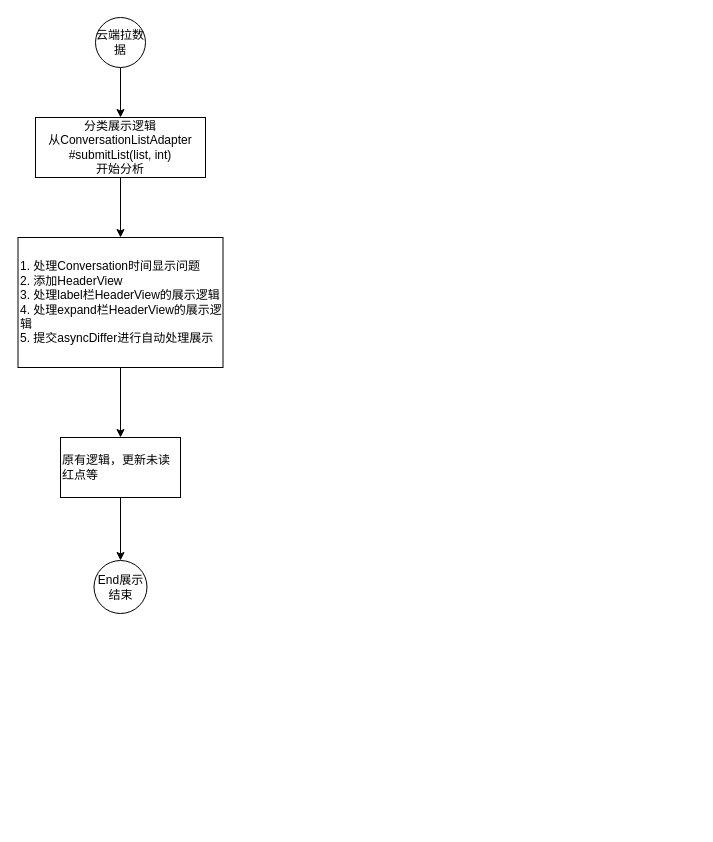
This is 消息界面流程图.drawio from baizhu0414/Diagrams, a draw.io file, before an edit. Source tidied: cells renumbered, new cells numbered last; positions are measured from the earlier drawing's top-left corner, leaving out a move shared by most shapes. Both pictures are drawn from the tidied source at 100%, with x=0, y=0 at pixel (17, 17).
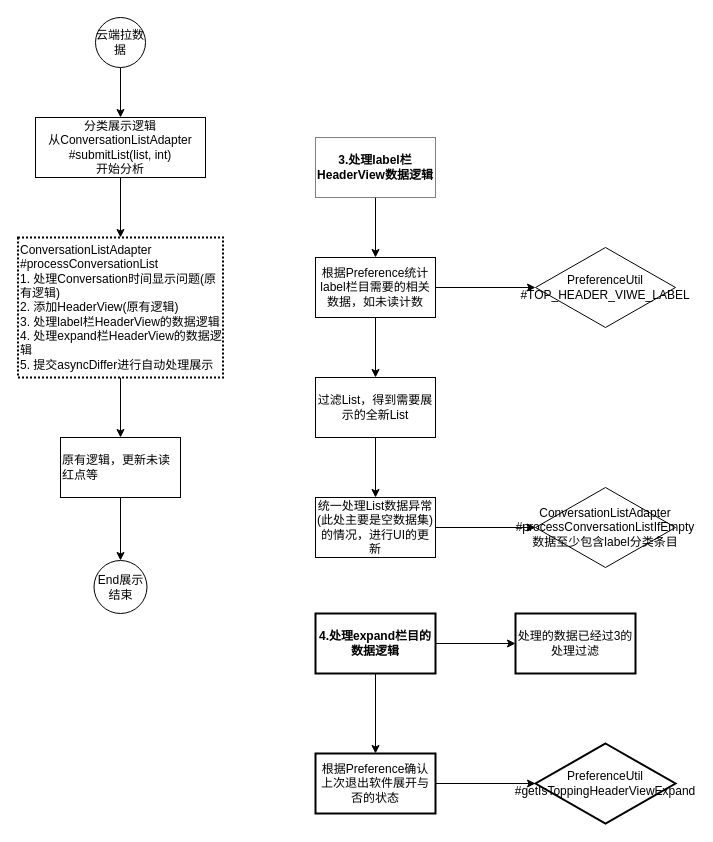
After the change.

Commit message:
211020-添加统计label分类条目逻辑.drawio

What changed in the source:
```diff
@@
-    <mxCell id="7" value="&lt;div&gt;1. 处理Conversation时间显示问题&lt;/div&gt;&lt;div&gt;2. 添加HeaderView&lt;/div&gt;&lt;div&gt;3. 处理label栏HeaderView的展示逻辑&lt;/div&gt;&lt;div&gt;4. 处理expand栏HeaderView的展示逻辑&lt;/div&gt;&lt;div&gt;5. 提交asyncDiffer进行自动处理展示&lt;/div&gt;" style="whiteSpace=wrap;html=1;rounded=0;align=left;" parent="1" vertex="1">
-      <mxGeometry x="0.5" y="220" width="205" height="130" as="geometry" />
+    <mxCell id="7" value="&lt;div&gt;ConversationListAdapter&lt;/div&gt;&lt;div&gt;#processConversationList&lt;br&gt;&lt;/div&gt;&lt;div&gt;1. 处理Conversation时间显示问题(原有逻辑)&lt;/div&gt;&lt;div&gt;2. 添加HeaderView(原有逻辑)&lt;/div&gt;&lt;div&gt;3. 处理label栏HeaderView的数据逻辑&lt;/div&gt;&lt;div&gt;4. 处理expand栏HeaderView的数据逻辑&lt;/div&gt;&lt;div&gt;5. 提交asyncDiffer进行自动处理展示&lt;/div&gt;" style="whiteSpace=wrap;html=1;rounded=0;align=left;strokeWidth=2;dashed=1;dashPattern=1 1;" parent="1" vertex="1">
+      <mxGeometry x="0.5" y="220" width="205" height="140" as="geometry" />
     </mxCell>
@@
+    <mxCell id="11" style="edgeStyle=orthogonalEdgeStyle;rounded=0;jettySize=auto;html=1;" parent="1" edge="1" source="12" target="15">
+      <mxGeometry relative="1" as="geometry" />
+    </mxCell>
+    <mxCell id="12" value="3.处理label栏HeaderView数据逻辑" style="whiteSpace=wrap;html=1;align=center;dashed=1;dashPattern=1 1;fontStyle=1;" parent="1" vertex="1">
+      <mxGeometry x="298" y="120" width="120" height="60" as="geometry" />
+    </mxCell>
+    <mxCell id="13" style="edgeStyle=orthogonalEdgeStyle;rounded=0;jettySize=auto;html=1;" parent="1" edge="1" source="15" target="16">
+      <mxGeometry relative="1" as="geometry" />
+    </mxCell>
+    <mxCell id="14" style="edgeStyle=orthogonalEdgeStyle;rounded=0;jettySize=auto;html=1;" parent="1" edge="1" source="15" target="18">
+      <mxGeometry relative="1" as="geometry" />
+    </mxCell>
+    <mxCell id="15" value="根据Preference统计label栏目需要的相关数据，如未读计数" style="whiteSpace=wrap;html=1;" parent="1" vertex="1">
+      <mxGeometry x="298" y="240" width="120" height="60" as="geometry" />
+    </mxCell>
+    <mxCell id="16" value="PreferenceUtil&lt;br&gt;#TOP_HEADER_VIWE_LABEL" style="rhombus;whiteSpace=wrap;html=1;" parent="1" vertex="1">
+      <mxGeometry x="518" y="230" width="140" height="80" as="geometry" />
+    </mxCell>
+    <mxCell id="17" style="edgeStyle=orthogonalEdgeStyle;rounded=0;jettySize=auto;html=1;" parent="1" edge="1" source="18" target="20">
+      <mxGeometry relative="1" as="geometry" />
+    </mxCell>
+    <mxCell id="18" value="过滤List，得到需要展示的全新List" style="whiteSpace=wrap;html=1;" parent="1" vertex="1">
+      <mxGeometry x="298" y="360" width="120" height="60" as="geometry" />
+    </mxCell>
+    <mxCell id="19" style="edgeStyle=orthogonalEdgeStyle;rounded=0;jettySize=auto;html=1;" parent="1" edge="1" source="20" target="21">
+      <mxGeometry relative="1" as="geometry" />
+    </mxCell>
+    <mxCell id="20" value="统一处理List数据异常(此处主要是空数据集)的情况，进行UI的更新" style="whiteSpace=wrap;html=1;" parent="1" vertex="1">
+      <mxGeometry x="298" y="480" width="120" height="60" as="geometry" />
+    </mxCell>
+    <mxCell id="21" value="ConversationListAdapter&lt;br&gt;#processConversationListIfEmpty&lt;br&gt;数据至少包含label分类条目" style="rhombus;whiteSpace=wrap;html=1;" parent="1" vertex="1">
+      <mxGeometry x="518" y="470" width="140" height="80" as="geometry" />
+    </mxCell>
+    <mxCell id="22" style="edgeStyle=orthogonalEdgeStyle;rounded=0;jettySize=auto;html=1;" parent="1" edge="1" source="24" target="26">
+      <mxGeometry relative="1" as="geometry" />
+    </mxCell>
+    <mxCell id="23" style="edgeStyle=orthogonalEdgeStyle;rounded=0;jettySize=auto;html=1;" parent="1" edge="1" source="24" target="27">
+      <mxGeometry relative="1" as="geometry" />
+    </mxCell>
+    <mxCell id="24" value="4.处理expand栏目的数据逻辑" style="whiteSpace=wrap;html=1;strokeWidth=2;align=center;fontStyle=1;" parent="1" vertex="1">
+      <mxGeometry x="298" y="596" width="120" height="60" as="geometry" />
+    </mxCell>
+    <mxCell id="25" style="edgeStyle=orthogonalEdgeStyle;rounded=0;jettySize=auto;html=1;" parent="1" edge="1" source="26" target="28">
+      <mxGeometry relative="1" as="geometry" />
+    </mxCell>
+    <mxCell id="26" value="&lt;span&gt;根据Preference确认上次退出软件展开与否的状态&lt;/span&gt;" style="whiteSpace=wrap;html=1;fontStyle=0;strokeWidth=2;" parent="1" vertex="1">
+      <mxGeometry x="298" y="736" width="120" height="60" as="geometry" />
+    </mxCell>
+    <mxCell id="27" value="处理的数据已经过3的处理过滤" style="whiteSpace=wrap;html=1;fontStyle=0;strokeWidth=2;" parent="1" vertex="1">
+      <mxGeometry x="498" y="596" width="120" height="60" as="geometry" />
+    </mxCell>
+    <mxCell id="28" value="PreferenceUtil&lt;br&gt;#getIsToppingHeaderViewExpand" style="rhombus;whiteSpace=wrap;html=1;fontStyle=0;strokeWidth=2;" parent="1" vertex="1">
+      <mxGeometry x="518" y="726" width="140" height="80" as="geometry" />
+    </mxCell>
```
